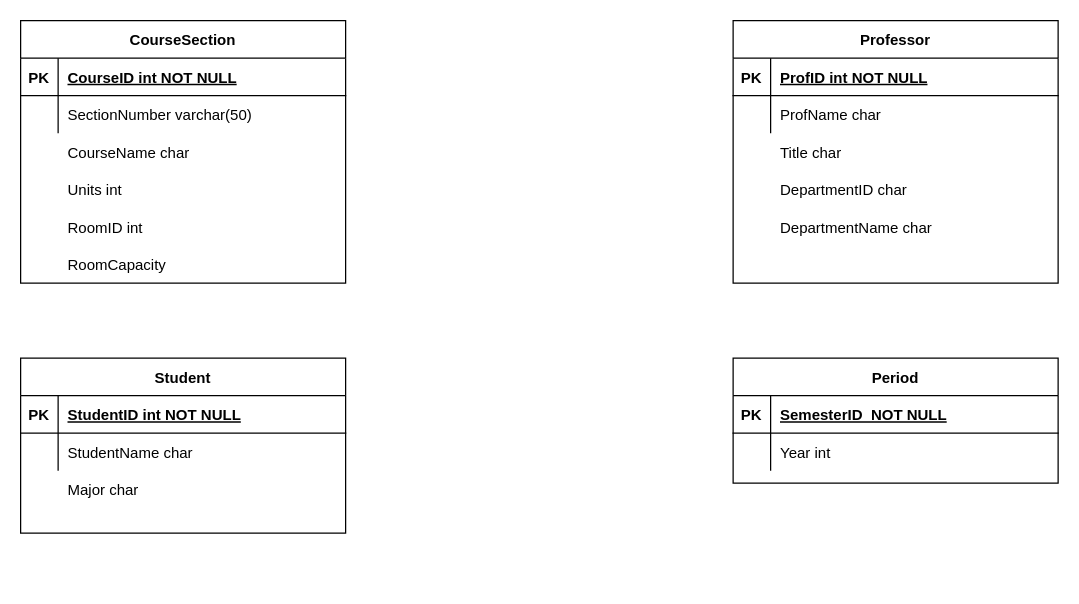
The draw.io diagram Untitled Diagram.drawio in vinaykurmi/star-schema, before the edit. Source tidied: cells renumbered, new cells numbered last; positions are measured from the earlier drawing's top-left corner, leaving out a move shared by most shapes. Both pictures are drawn from the tidied source at 125%, with x=0, y=0 at pixel (20, 20).
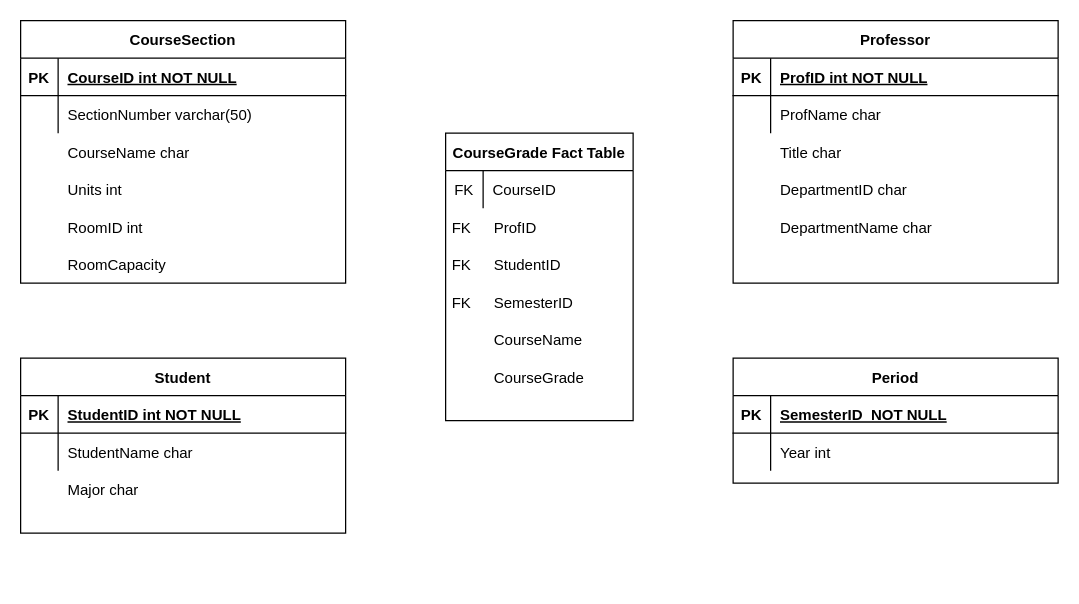
The same diagram, later.

Unchanged cells that the change refers to:
```xml
<mxCell id="24" style="group;" parent="1" vertex="1">
  <mxGeometry y="270" width="260" height="210" as="geometry" />
</mxCell>
```

Change to the diagram source:
```diff
@@
+    <mxCell id="49" style="group;" parent="24" vertex="1">
+      <mxGeometry width="260" height="180" as="geometry" />
+    </mxCell>
-    <mxCell id="25" value="Student" style="shape=table;startSize=30;childLayout=tableLayout;rowLines=0;fontStyle=1;align=center;" parent="24" vertex="1">
+    <mxCell id="25" value="Student" style="shape=table;startSize=30;childLayout=tableLayout;rowLines=0;fontStyle=1;align=center;" parent="49" vertex="1">
       <mxGeometry width="260" height="140" as="geometry" />
     </mxCell>
@@
-    <mxCell id="32" style="shape=partialRectangle;fillColor=none;top=0;left=0;right=0;bottom=0;" parent="24" vertex="1">
+    <mxCell id="32" style="shape=partialRectangle;fillColor=none;top=0;left=0;right=0;bottom=0;" parent="49" vertex="1">
       <mxGeometry y="90" width="260" height="30" as="geometry" />
     </mxCell>
@@
-    <mxCell id="35" style="shape=partialRectangle;overflow=hidden;fillColor=none;top=0;left=0;bottom=0;right=0;align=left;spacingLeft=6;" parent="24" vertex="1">
+    <mxCell id="35" style="shape=partialRectangle;overflow=hidden;fillColor=none;top=0;left=0;bottom=0;right=0;align=left;spacingLeft=6;" parent="49" vertex="1">
       <mxGeometry x="30" y="150" width="230" height="30" as="geometry" />
     </mxCell>
@@
+    <mxCell id="50" style="group;" parent="1" vertex="1">
+      <mxGeometry x="320" y="90" width="270" height="230" as="geometry" />
+    </mxCell>
+    <mxCell id="51" style="group;" parent="50" vertex="1">
+      <mxGeometry x="20" width="150" height="230" as="geometry" />
+    </mxCell>
+    <mxCell id="52" value="CourseGrade Fact Table" style="shape=table;startSize=30;childLayout=tableLayout;rowLines=0;fontStyle=1;align=center;" parent="51" vertex="1">
+      <mxGeometry width="150" height="230" as="geometry" />
+    </mxCell>
+    <mxCell id="53" style="shape=partialRectangle;fillColor=none;top=0;left=0;right=0;bottom=0;" parent="52" vertex="1">
+      <mxGeometry y="30" width="150" height="30" as="geometry" />
+    </mxCell>
+    <mxCell id="54" value="FK" style="shape=partialRectangle;overflow=hidden;fillColor=none;top=0;left=0;bottom=0;right=0;" parent="53" vertex="1">
+      <mxGeometry width="30" height="30" as="geometry" />
+    </mxCell>
+    <mxCell id="55" value="CourseID" style="shape=partialRectangle;overflow=hidden;fillColor=none;top=0;left=0;bottom=0;right=0;align=left;spacingLeft=6;" parent="53" vertex="1">
+      <mxGeometry x="30" width="120" height="30" as="geometry" />
+    </mxCell>
+    <mxCell id="56" value="FK" style="shape=partialRectangle;overflow=hidden;fillColor=none;top=0;left=0;bottom=0;right=0;" parent="51" vertex="1">
+      <mxGeometry y="60" width="26" height="30" as="geometry" />
+    </mxCell>
+    <mxCell id="57" value="ProfID" style="shape=partialRectangle;overflow=hidden;fillColor=none;top=0;left=0;bottom=0;right=0;align=left;spacingLeft=6;" parent="51" vertex="1">
+      <mxGeometry x="31" y="60" width="114" height="30" as="geometry" />
+    </mxCell>
+    <mxCell id="58" value="FK" style="shape=partialRectangle;overflow=hidden;fillColor=none;top=0;left=0;bottom=0;right=0;" parent="51" vertex="1">
+      <mxGeometry y="90" width="26" height="30" as="geometry" />
+    </mxCell>
+    <mxCell id="59" value="StudentID" style="shape=partialRectangle;overflow=hidden;fillColor=none;top=0;left=0;bottom=0;right=0;align=left;spacingLeft=6;" parent="51" vertex="1">
+      <mxGeometry x="31" y="90" width="124" height="30" as="geometry" />
+    </mxCell>
+    <mxCell id="60" value="FK" style="shape=partialRectangle;overflow=hidden;fillColor=none;top=0;left=0;bottom=0;right=0;" parent="51" vertex="1">
+      <mxGeometry y="120" width="26" height="30" as="geometry" />
+    </mxCell>
+    <mxCell id="61" value="SemesterID" style="shape=partialRectangle;overflow=hidden;fillColor=none;top=0;left=0;bottom=0;right=0;align=left;spacingLeft=6;" parent="51" vertex="1">
+      <mxGeometry x="31" y="120" width="114" height="30" as="geometry" />
+    </mxCell>
+    <mxCell id="62" value="CourseName" style="shape=partialRectangle;overflow=hidden;fillColor=none;top=0;left=0;bottom=0;right=0;align=left;spacingLeft=6;" parent="51" vertex="1">
+      <mxGeometry x="31" y="150" width="114" height="30" as="geometry" />
+    </mxCell>
+    <mxCell id="63" value="CourseGrade" style="shape=partialRectangle;overflow=hidden;fillColor=none;top=0;left=0;bottom=0;right=0;align=left;spacingLeft=6;" parent="51" vertex="1">
+      <mxGeometry x="31" y="180" width="114" height="30" as="geometry" />
+    </mxCell>
```
